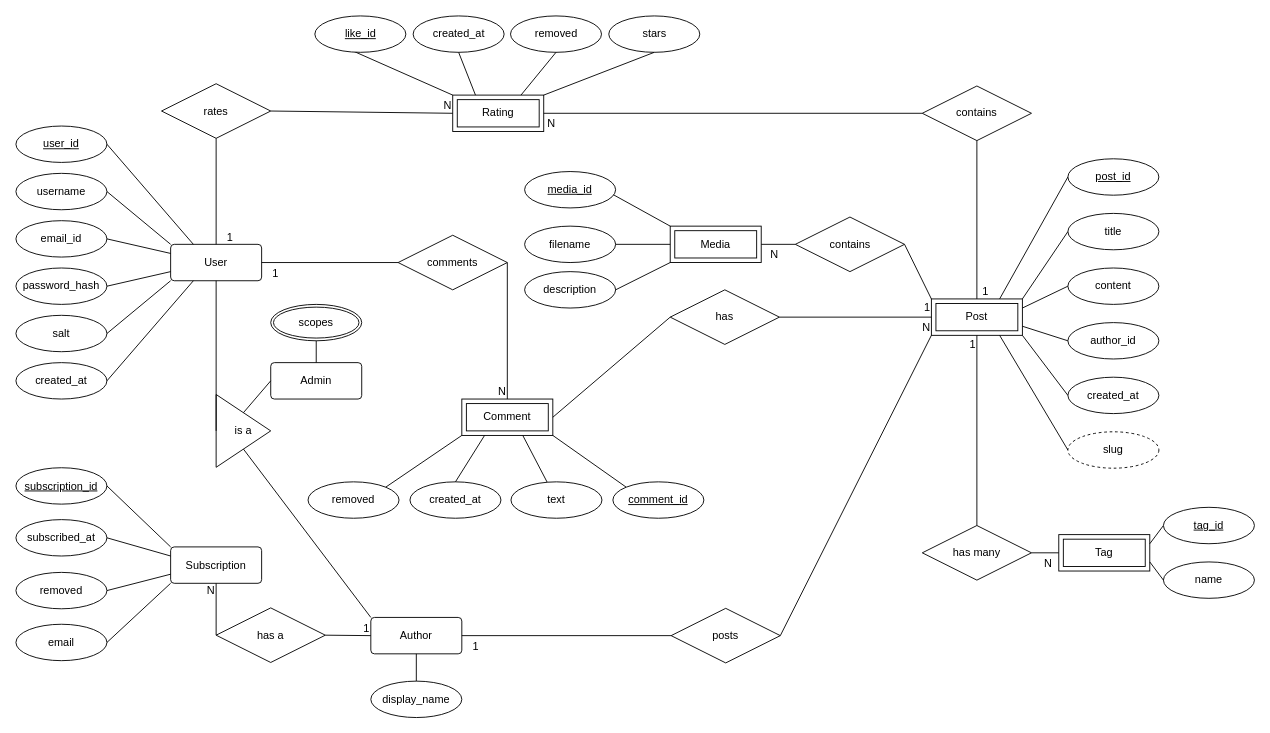
Earlier version of the draw.io diagram diagrams/Untitled Diagram.drawio (blood-rogue/er-diagram). Source tidied: cells renumbered, new cells numbered last; positions are measured from the earlier drawing's top-left corner, leaving out a move shared by most shapes. Both pictures are drawn from the tidied source at 91%, with x=0, y=0 at pixel (15, 15).
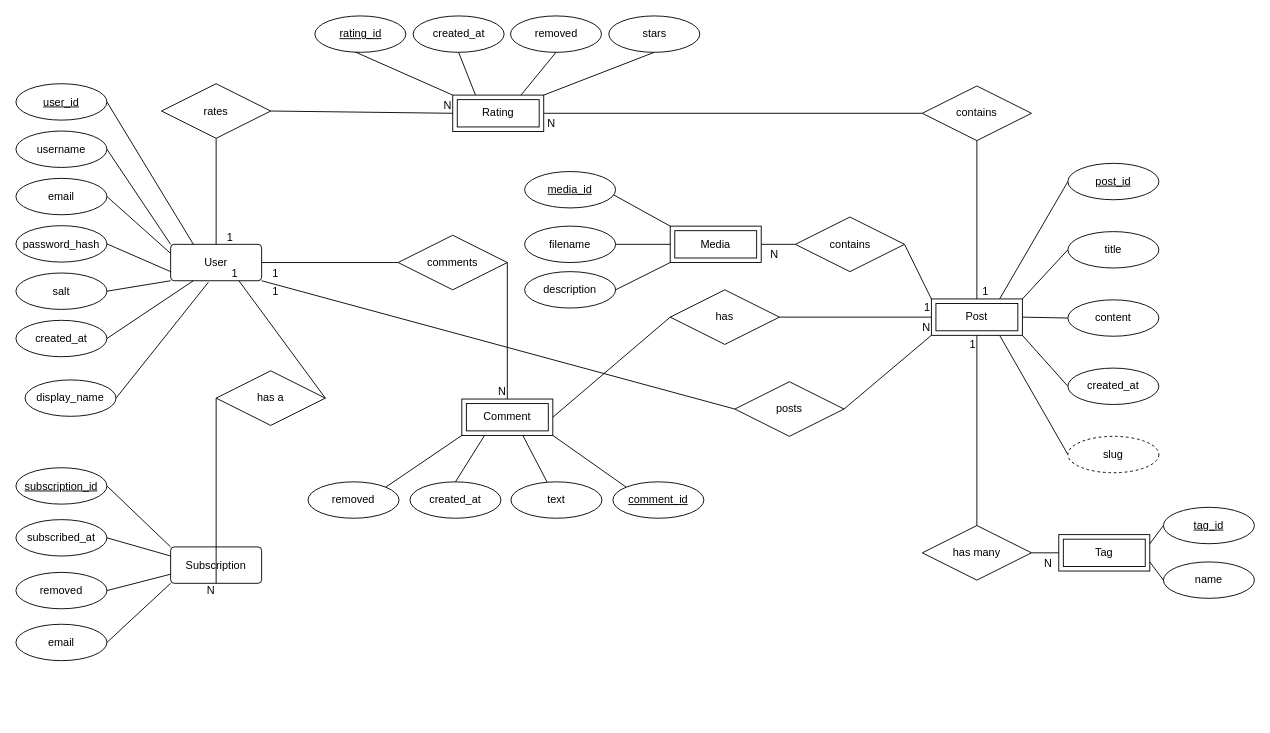
The same diagram, later.

The change refers to these unchanged cells:
```xml
<mxCell id="8" value="User" style="rounded=1;arcSize=10;whiteSpace=wrap;html=1;align=center;" parent="1" vertex="1">
  <mxGeometry x="170" y="251" width="100" height="40" as="geometry" />
</mxCell>
<mxCell id="31" value="Post" style="shape=ext;margin=3;double=1;whiteSpace=wrap;html=1;align=center;" parent="1" vertex="1">
  <mxGeometry x="1006" y="311" width="100" height="40" as="geometry" />
</mxCell>
```

The edit, as a diff of the source:
```diff
@@
     <mxCell id="2" value="username" style="ellipse;whiteSpace=wrap;html=1;align=center;" parent="1" vertex="1">
-      <mxGeometry y="173" width="100" height="40" as="geometry" />
+      <mxGeometry y="126.5" width="100" height="40" as="geometry" />
     </mxCell>
-    <mxCell id="3" value="email_id" style="ellipse;whiteSpace=wrap;html=1;align=center;" parent="1" vertex="1">
-      <mxGeometry y="225" width="100" height="40" as="geometry" />
+    <mxCell id="3" value="email" style="ellipse;whiteSpace=wrap;html=1;align=center;" parent="1" vertex="1">
+      <mxGeometry y="178.5" width="100" height="40" as="geometry" />
     </mxCell>
     <mxCell id="4" value="password_hash" style="ellipse;whiteSpace=wrap;html=1;align=center;" parent="1" vertex="1">
-      <mxGeometry y="277" width="100" height="40" as="geometry" />
+      <mxGeometry y="230.5" width="100" height="40" as="geometry" />
     </mxCell>
     <mxCell id="5" value="salt" style="ellipse;whiteSpace=wrap;html=1;align=center;" parent="1" vertex="1">
-      <mxGeometry y="329" width="100" height="40" as="geometry" />
+      <mxGeometry y="282.5" width="100" height="40" as="geometry" />
     </mxCell>
     <mxCell id="6" value="created_at" style="ellipse;whiteSpace=wrap;html=1;align=center;" parent="1" vertex="1">
-      <mxGeometry y="381" width="100" height="40" as="geometry" />
+      <mxGeometry y="334.5" width="100" height="40" as="geometry" />
     </mxCell>
@@
     <mxCell id="11" value="user_id" style="ellipse;whiteSpace=wrap;html=1;align=center;fontStyle=4;" parent="1" vertex="1">
-      <mxGeometry y="121" width="100" height="40" as="geometry" />
+      <mxGeometry y="74.5" width="100" height="40" as="geometry" />
     </mxCell>
@@
     <mxCell id="32" value="created_at" style="ellipse;whiteSpace=wrap;html=1;align=center;" parent="1" vertex="1">
-      <mxGeometry x="1156" y="397" width="100" height="40" as="geometry" />
+      <mxGeometry x="1156" y="387" width="100" height="40" as="geometry" />
     </mxCell>
-    <mxCell id="33" value="author_id" style="ellipse;whiteSpace=wrap;html=1;align=center;" parent="1" vertex="1">
-      <mxGeometry x="1156" y="337" width="100" height="40" as="geometry" />
-    </mxCell>
     <mxCell id="34" value="content" style="ellipse;whiteSpace=wrap;html=1;align=center;" parent="1" vertex="1">
-      <mxGeometry x="1156" y="277" width="100" height="40" as="geometry" />
+      <mxGeometry x="1156" y="312" width="100" height="40" as="geometry" />
     </mxCell>
     <mxCell id="35" value="title" style="ellipse;whiteSpace=wrap;html=1;align=center;" parent="1" vertex="1">
-      <mxGeometry x="1156" y="217" width="100" height="40" as="geometry" />
+      <mxGeometry x="1156" y="237" width="100" height="40" as="geometry" />
     </mxCell>
@@
-    <mxCell id="37" style="endArrow=none;html=1;rounded=0;entryX=0;entryY=0.5;entryDx=0;entryDy=0;exitX=1;exitY=0.75;exitDx=0;exitDy=0;" parent="1" edge="1" source="31" target="33">
-      <mxGeometry relative="1" as="geometry" />
-    </mxCell>
-    <mxCell id="38" style="endArrow=none;html=1;rounded=0;entryX=0;entryY=0.5;entryDx=0;entryDy=0;exitX=1;exitY=0.25;exitDx=0;exitDy=0;" parent="1" edge="1" source="31" target="34">
+    <mxCell id="38" style="endArrow=none;html=1;rounded=0;entryX=0;entryY=0.5;entryDx=0;entryDy=0;exitX=1;exitY=0.5;exitDx=0;exitDy=0;" parent="1" edge="1" source="31" target="34">
       <mxGeometry relative="1" as="geometry" />
     </mxCell>
@@
-    <mxCell id="58" value="is a" style="triangle;whiteSpace=wrap;html=1;" parent="1" vertex="1">
-      <mxGeometry x="220" y="416" width="60" height="80" as="geometry" />
-    </mxCell>
-    <mxCell id="59" style="endArrow=none;html=1;rounded=0;exitX=0.5;exitY=1;exitDx=0;exitDy=0;entryX=0;entryY=0.5;entryDx=0;entryDy=0;" parent="1" edge="1" source="8" target="58">
-      <mxGeometry relative="1" as="geometry" />
-    </mxCell>
-    <mxCell id="60" value="Admin" style="rounded=1;arcSize=10;whiteSpace=wrap;html=1;align=center;" parent="1" vertex="1">
-      <mxGeometry x="280" y="381" width="100" height="40" as="geometry" />
-    </mxCell>
@@
-    <mxCell id="62" value="Author" style="rounded=1;arcSize=10;whiteSpace=wrap;html=1;align=center;" parent="1" vertex="1">
-      <mxGeometry x="390" y="661" width="100" height="40" as="geometry" />
-    </mxCell>
     <mxCell id="63" value="post_id" style="ellipse;whiteSpace=wrap;html=1;align=center;fontStyle=4;" parent="1" vertex="1">
-      <mxGeometry x="1156" y="157" width="100" height="40" as="geometry" />
+      <mxGeometry x="1156" y="162" width="100" height="40" as="geometry" />
     </mxCell>
-    <mxCell id="64" style="endArrow=none;html=1;rounded=0;exitX=0.5;exitY=1;exitDx=0;exitDy=0;entryX=0;entryY=0;entryDx=0;entryDy=0;" parent="1" edge="1" source="58" target="62">
-      <mxGeometry relative="1" as="geometry" />
-    </mxCell>
@@
-    <mxCell id="66" style="endArrow=none;html=1;rounded=0;exitX=0.5;exitY=0;exitDx=0;exitDy=0;entryX=0;entryY=0.5;entryDx=0;entryDy=0;" parent="1" edge="1" source="58" target="60">
-      <mxGeometry relative="1" as="geometry" />
-    </mxCell>
@@
-    <mxCell id="68" value="like_id" style="ellipse;whiteSpace=wrap;html=1;align=center;fontStyle=4;" parent="1" vertex="1">
+    <mxCell id="68" value="rating_id" style="ellipse;whiteSpace=wrap;html=1;align=center;fontStyle=4;" parent="1" vertex="1">
       <mxGeometry x="328.5" width="100" height="40" as="geometry" />
     </mxCell>
@@
     <mxCell id="70" value="display_name" style="ellipse;whiteSpace=wrap;html=1;align=center;" parent="1" vertex="1">
-      <mxGeometry x="390" y="731" width="100" height="40" as="geometry" />
+      <mxGeometry x="10" y="400" width="100" height="40" as="geometry" />
     </mxCell>
-    <mxCell id="71" style="endArrow=none;html=1;rounded=0;exitX=0.5;exitY=1;exitDx=0;exitDy=0;entryX=0.5;entryY=0;entryDx=0;entryDy=0;" parent="1" edge="1" source="62" target="70">
+    <mxCell id="71" style="endArrow=none;html=1;rounded=0;exitX=0.414;exitY=1.045;exitDx=0;exitDy=0;entryX=1;entryY=0.5;entryDx=0;entryDy=0;exitPerimeter=0;" parent="1" edge="1" source="8" target="70">
       <mxGeometry relative="1" as="geometry" />
     </mxCell>
     <mxCell id="72" value="slug" style="ellipse;whiteSpace=wrap;html=1;align=center;dashed=1;" parent="1" vertex="1">
-      <mxGeometry x="1156" y="457" width="100" height="40" as="geometry" />
+      <mxGeometry x="1156" y="462" width="100" height="40" as="geometry" />
     </mxCell>
-    <mxCell id="73" value="scopes" style="ellipse;shape=doubleEllipse;margin=3;whiteSpace=wrap;html=1;align=center;" parent="1" vertex="1">
-      <mxGeometry x="280" y="317" width="100" height="40" as="geometry" />
-    </mxCell>
-    <mxCell id="74" style="endArrow=none;html=1;rounded=0;exitX=0.5;exitY=0;exitDx=0;exitDy=0;entryX=0.5;entryY=1;entryDx=0;entryDy=0;" parent="1" edge="1" source="60" target="73">
-      <mxGeometry relative="1" as="geometry" />
-    </mxCell>
     <mxCell id="75" value="has a" style="shape=rhombus;perimeter=rhombusPerimeter;whiteSpace=wrap;html=1;align=center;" parent="1" vertex="1">
-      <mxGeometry x="220" y="650.5" width="120" height="60" as="geometry" />
+      <mxGeometry x="220" y="390" width="120" height="60" as="geometry" />
     </mxCell>
@@
     <mxCell id="84" value="posts" style="shape=rhombus;perimeter=rhombusPerimeter;whiteSpace=wrap;html=1;align=center;" parent="1" vertex="1">
-      <mxGeometry x="720" y="651" width="120" height="60" as="geometry" />
+      <mxGeometry x="790" y="402" width="120" height="60" as="geometry" />
     </mxCell>
@@
-    <mxCell id="99" style="endArrow=none;html=1;rounded=0;entryX=0;entryY=0.5;entryDx=0;entryDy=0;exitX=1;exitY=0.5;exitDx=0;exitDy=0;" parent="1" edge="1" source="75" target="62">
+    <mxCell id="99" style="endArrow=none;html=1;rounded=0;entryX=0.75;entryY=1;entryDx=0;entryDy=0;exitX=1;exitY=0.5;exitDx=0;exitDy=0;" parent="1" edge="1" source="75" target="8">
       <mxGeometry relative="1" as="geometry" />
     </mxCell>
@@
-    <mxCell id="105" style="endArrow=none;html=1;rounded=0;entryX=1;entryY=0.5;entryDx=0;entryDy=0;exitX=0;exitY=0.5;exitDx=0;exitDy=0;" parent="1" edge="1" source="84" target="62">
+    <mxCell id="105" style="endArrow=none;html=1;rounded=0;entryX=1;entryY=1;entryDx=0;entryDy=0;exitX=0;exitY=0.5;exitDx=0;exitDy=0;" parent="1" edge="1" source="84" target="8">
       <mxGeometry relative="1" as="geometry" />
     </mxCell>
```
